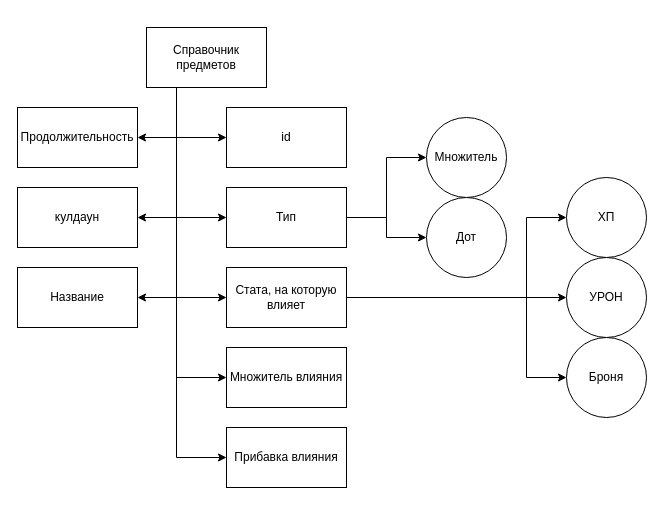
alstodont/unityArc keeps this draw.io diagram as Архитектура/Справочник предметов.drawio. Above is the earlier version. Source tidied: cells renumbered, new cells numbered last; positions are measured from the earlier drawing's top-left corner, leaving out a move shared by most shapes. Both pictures are drawn from the tidied source at 100%, with x=0, y=0 at pixel (17, 27).
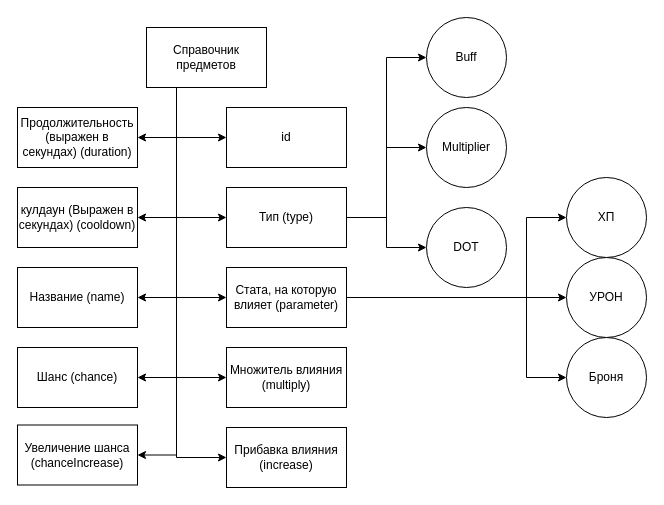
The same diagram, later.

The change refers to these unchanged cells:
```xml
<mxCell id="10" value="Справочник предметов" style="rounded=0;whiteSpace=wrap;html=1;" parent="1" vertex="1">
  <mxGeometry x="129" width="120" height="60" as="geometry" />
</mxCell>
<mxCell id="25" value="ХП" style="ellipse;whiteSpace=wrap;html=1;" parent="1" vertex="1">
  <mxGeometry x="549" y="150" width="80" height="80" as="geometry" />
</mxCell>
<mxCell id="26" value="УРОН" style="ellipse;whiteSpace=wrap;html=1;" parent="1" vertex="1">
  <mxGeometry x="549" y="230" width="80" height="80" as="geometry" />
</mxCell>
<mxCell id="27" value="Броня" style="ellipse;whiteSpace=wrap;html=1;" parent="1" vertex="1">
  <mxGeometry x="549" y="310" width="80" height="80" as="geometry" />
</mxCell>
```

What changed in the source:
```diff
@@
-    <mxCell id="3" style="edgeStyle=orthogonalEdgeStyle;rounded=0;jettySize=auto;html=1;exitX=0.25;exitY=1;exitDx=0;exitDy=0;entryX=0;entryY=0.5;entryDx=0;entryDy=0;" parent="1" edge="1" source="10" target="18">
-      <mxGeometry relative="1" as="geometry" />
-    </mxCell>
-    <mxCell id="4" style="edgeStyle=orthogonalEdgeStyle;rounded=0;jettySize=auto;html=1;exitX=0.25;exitY=1;exitDx=0;exitDy=0;entryX=0;entryY=0.5;entryDx=0;entryDy=0;" parent="1" edge="1" source="10" target="15">
-      <mxGeometry relative="1" as="geometry" />
-    </mxCell>
-    <mxCell id="5" style="edgeStyle=orthogonalEdgeStyle;rounded=0;jettySize=auto;html=1;exitX=0.25;exitY=1;exitDx=0;exitDy=0;entryX=0;entryY=0.5;entryDx=0;entryDy=0;" parent="1" edge="1" source="10" target="19">
-      <mxGeometry relative="1" as="geometry" />
-    </mxCell>
-    <mxCell id="6" style="edgeStyle=orthogonalEdgeStyle;rounded=0;jettySize=auto;html=1;exitX=0.25;exitY=1;exitDx=0;exitDy=0;entryX=0;entryY=0.5;entryDx=0;entryDy=0;" parent="1" edge="1" source="10" target="20">
-      <mxGeometry relative="1" as="geometry" />
-    </mxCell>
-    <mxCell id="7" style="edgeStyle=orthogonalEdgeStyle;rounded=0;jettySize=auto;html=1;exitX=0.25;exitY=1;exitDx=0;exitDy=0;entryX=1;entryY=0.5;entryDx=0;entryDy=0;" parent="1" edge="1" source="10" target="21">
-      <mxGeometry relative="1" as="geometry" />
-    </mxCell>
-    <mxCell id="8" style="edgeStyle=orthogonalEdgeStyle;rounded=0;jettySize=auto;html=1;exitX=0.25;exitY=1;exitDx=0;exitDy=0;entryX=1;entryY=0.5;entryDx=0;entryDy=0;" parent="1" edge="1" source="10" target="22">
-      <mxGeometry relative="1" as="geometry" />
-    </mxCell>
-    <mxCell id="9" style="edgeStyle=orthogonalEdgeStyle;rounded=0;jettySize=auto;html=1;exitX=0.25;exitY=1;exitDx=0;exitDy=0;entryX=1;entryY=0.5;entryDx=0;entryDy=0;" parent="1" edge="1" source="10" target="28">
-      <mxGeometry relative="1" as="geometry" />
-    </mxCell>
+    <mxCell id="29" style="edgeStyle=orthogonalEdgeStyle;rounded=0;jettySize=auto;html=1;exitX=0.25;exitY=1;exitDx=0;exitDy=0;entryX=0;entryY=0.5;entryDx=0;entryDy=0;" parent="1" edge="1" source="10" target="45">
+      <mxGeometry relative="1" as="geometry" />
+    </mxCell>
+    <mxCell id="30" style="edgeStyle=orthogonalEdgeStyle;rounded=0;jettySize=auto;html=1;exitX=0.25;exitY=1;exitDx=0;exitDy=0;entryX=0;entryY=0.5;entryDx=0;entryDy=0;" parent="1" edge="1" source="10" target="41">
+      <mxGeometry relative="1" as="geometry" />
+    </mxCell>
+    <mxCell id="31" style="edgeStyle=orthogonalEdgeStyle;rounded=0;jettySize=auto;html=1;exitX=0.25;exitY=1;exitDx=0;exitDy=0;entryX=0;entryY=0.5;entryDx=0;entryDy=0;" parent="1" edge="1" source="10" target="46">
+      <mxGeometry relative="1" as="geometry" />
+    </mxCell>
+    <mxCell id="32" style="edgeStyle=orthogonalEdgeStyle;rounded=0;jettySize=auto;html=1;exitX=0.25;exitY=1;exitDx=0;exitDy=0;entryX=0;entryY=0.5;entryDx=0;entryDy=0;" parent="1" edge="1" source="10" target="47">
+      <mxGeometry relative="1" as="geometry" />
+    </mxCell>
+    <mxCell id="33" style="edgeStyle=orthogonalEdgeStyle;rounded=0;jettySize=auto;html=1;exitX=0.25;exitY=1;exitDx=0;exitDy=0;entryX=1;entryY=0.5;entryDx=0;entryDy=0;" parent="1" edge="1" source="10" target="48">
+      <mxGeometry relative="1" as="geometry" />
+    </mxCell>
+    <mxCell id="34" style="edgeStyle=orthogonalEdgeStyle;rounded=0;jettySize=auto;html=1;exitX=0.25;exitY=1;exitDx=0;exitDy=0;entryX=1;entryY=0.5;entryDx=0;entryDy=0;" parent="1" edge="1" source="10" target="49">
+      <mxGeometry relative="1" as="geometry" />
+    </mxCell>
+    <mxCell id="35" style="edgeStyle=orthogonalEdgeStyle;rounded=0;jettySize=auto;html=1;exitX=0.25;exitY=1;exitDx=0;exitDy=0;entryX=1;entryY=0.5;entryDx=0;entryDy=0;" parent="1" edge="1" source="10" target="52">
+      <mxGeometry relative="1" as="geometry" />
+    </mxCell>
+    <mxCell id="36" style="edgeStyle=orthogonalEdgeStyle;rounded=0;jettySize=auto;html=1;exitX=0.25;exitY=1;exitDx=0;exitDy=0;entryX=1;entryY=0.5;entryDx=0;entryDy=0;" parent="1" edge="1" source="10" target="54">
+      <mxGeometry relative="1" as="geometry">
+        <Array as="points">
+          <mxPoint x="159" y="350" />
+          <mxPoint x="120" y="350" />
+        </Array>
+      </mxGeometry>
+    </mxCell>
+    <mxCell id="37" style="edgeStyle=orthogonalEdgeStyle;rounded=0;jettySize=auto;html=1;exitX=0.25;exitY=1;exitDx=0;exitDy=0;entryX=1;entryY=0.5;entryDx=0;entryDy=0;" parent="1" edge="1" source="10" target="55">
+      <mxGeometry relative="1" as="geometry" />
+    </mxCell>
@@
-    <mxCell id="12" style="edgeStyle=orthogonalEdgeStyle;rounded=0;jettySize=auto;html=1;exitX=1;exitY=0.5;exitDx=0;exitDy=0;entryX=0;entryY=0.5;entryDx=0;entryDy=0;" parent="1" edge="1" source="15" target="25">
-      <mxGeometry relative="1" as="geometry">
-        <Array as="points">
-          <mxPoint x="509" y="270" />
-          <mxPoint x="509" y="190" />
-        </Array>
-      </mxGeometry>
-    </mxCell>
-    <mxCell id="13" style="edgeStyle=orthogonalEdgeStyle;rounded=0;jettySize=auto;html=1;exitX=1;exitY=0.5;exitDx=0;exitDy=0;entryX=0;entryY=0.5;entryDx=0;entryDy=0;" parent="1" edge="1" source="15" target="26">
-      <mxGeometry relative="1" as="geometry" />
-    </mxCell>
-    <mxCell id="14" style="edgeStyle=orthogonalEdgeStyle;rounded=0;jettySize=auto;html=1;exitX=1;exitY=0.5;exitDx=0;exitDy=0;entryX=0;entryY=0.5;entryDx=0;entryDy=0;" parent="1" edge="1" source="15" target="27">
-      <mxGeometry relative="1" as="geometry">
-        <Array as="points">
-          <mxPoint x="509" y="270" />
-          <mxPoint x="509" y="350" />
-        </Array>
-      </mxGeometry>
-    </mxCell>
-    <mxCell id="15" value="Стата, на которую влияет" style="rounded=0;whiteSpace=wrap;html=1;" parent="1" vertex="1">
-      <mxGeometry x="209" y="240" width="120" height="60" as="geometry" />
-    </mxCell>
-    <mxCell id="16" style="edgeStyle=orthogonalEdgeStyle;rounded=0;jettySize=auto;html=1;exitX=1;exitY=0.5;exitDx=0;exitDy=0;entryX=0;entryY=0.5;entryDx=0;entryDy=0;" parent="1" edge="1" source="18" target="23">
-      <mxGeometry relative="1" as="geometry" />
-    </mxCell>
-    <mxCell id="17" style="edgeStyle=orthogonalEdgeStyle;rounded=0;jettySize=auto;html=1;exitX=1;exitY=0.5;exitDx=0;exitDy=0;" parent="1" edge="1" source="18" target="24">
-      <mxGeometry relative="1" as="geometry" />
-    </mxCell>
-    <mxCell id="18" value="Тип" style="rounded=0;whiteSpace=wrap;html=1;" parent="1" vertex="1">
-      <mxGeometry x="209" y="160" width="120" height="60" as="geometry" />
-    </mxCell>
-    <mxCell id="19" value="Множитель влияния" style="rounded=0;whiteSpace=wrap;html=1;" parent="1" vertex="1">
-      <mxGeometry x="209" y="320" width="120" height="60" as="geometry" />
-    </mxCell>
-    <mxCell id="20" value="Прибавка влияния" style="rounded=0;whiteSpace=wrap;html=1;" parent="1" vertex="1">
-      <mxGeometry x="209" y="400" width="120" height="60" as="geometry" />
-    </mxCell>
-    <mxCell id="21" value="Продолжительность" style="rounded=0;whiteSpace=wrap;html=1;" parent="1" vertex="1">
-      <mxGeometry y="80" width="120" height="60" as="geometry" />
-    </mxCell>
-    <mxCell id="22" value="кулдаун" style="rounded=0;whiteSpace=wrap;html=1;" parent="1" vertex="1">
-      <mxGeometry y="160" width="120" height="60" as="geometry" />
-    </mxCell>
-    <mxCell id="23" value="Множитель" style="ellipse;whiteSpace=wrap;html=1;" parent="1" vertex="1">
-      <mxGeometry x="409" y="90" width="80" height="80" as="geometry" />
-    </mxCell>
-    <mxCell id="24" value="Дот" style="ellipse;whiteSpace=wrap;html=1;" parent="1" vertex="1">
-      <mxGeometry x="409" y="170" width="80" height="80" as="geometry" />
-    </mxCell>
+    <mxCell id="38" style="edgeStyle=orthogonalEdgeStyle;rounded=0;jettySize=auto;html=1;exitX=1;exitY=0.5;exitDx=0;exitDy=0;entryX=0;entryY=0.5;entryDx=0;entryDy=0;" parent="1" edge="1" source="41" target="25">
+      <mxGeometry relative="1" as="geometry">
+        <Array as="points">
+          <mxPoint x="509" y="270" />
+          <mxPoint x="509" y="190" />
+        </Array>
+      </mxGeometry>
+    </mxCell>
+    <mxCell id="39" style="edgeStyle=orthogonalEdgeStyle;rounded=0;jettySize=auto;html=1;exitX=1;exitY=0.5;exitDx=0;exitDy=0;entryX=0;entryY=0.5;entryDx=0;entryDy=0;" parent="1" edge="1" source="41" target="26">
+      <mxGeometry relative="1" as="geometry" />
+    </mxCell>
+    <mxCell id="40" style="edgeStyle=orthogonalEdgeStyle;rounded=0;jettySize=auto;html=1;exitX=1;exitY=0.5;exitDx=0;exitDy=0;entryX=0;entryY=0.5;entryDx=0;entryDy=0;" parent="1" edge="1" source="41" target="27">
+      <mxGeometry relative="1" as="geometry">
+        <Array as="points">
+          <mxPoint x="509" y="270" />
+          <mxPoint x="509" y="350" />
+        </Array>
+      </mxGeometry>
+    </mxCell>
+    <mxCell id="41" value="Стата, на которую влияет (parameter)" style="rounded=0;whiteSpace=wrap;html=1;" parent="1" vertex="1">
+      <mxGeometry x="209" y="240" width="120" height="60" as="geometry" />
+    </mxCell>
+    <mxCell id="42" style="edgeStyle=orthogonalEdgeStyle;rounded=0;jettySize=auto;html=1;exitX=1;exitY=0.5;exitDx=0;exitDy=0;entryX=0;entryY=0.5;entryDx=0;entryDy=0;" parent="1" edge="1" source="45" target="50">
+      <mxGeometry relative="1" as="geometry" />
+    </mxCell>
+    <mxCell id="43" style="edgeStyle=orthogonalEdgeStyle;rounded=0;jettySize=auto;html=1;exitX=1;exitY=0.5;exitDx=0;exitDy=0;" parent="1" edge="1" source="45" target="51">
+      <mxGeometry relative="1" as="geometry" />
+    </mxCell>
+    <mxCell id="44" style="edgeStyle=orthogonalEdgeStyle;rounded=0;jettySize=auto;html=1;exitX=1;exitY=0.5;exitDx=0;exitDy=0;entryX=0;entryY=0.5;entryDx=0;entryDy=0;" parent="1" edge="1" source="45" target="53">
+      <mxGeometry relative="1" as="geometry" />
+    </mxCell>
+    <mxCell id="45" value="Тип (type)" style="rounded=0;whiteSpace=wrap;html=1;" parent="1" vertex="1">
+      <mxGeometry x="209" y="160" width="120" height="60" as="geometry" />
+    </mxCell>
+    <mxCell id="46" value="Множитель влияния (multiply)" style="rounded=0;whiteSpace=wrap;html=1;" parent="1" vertex="1">
+      <mxGeometry x="209" y="320" width="120" height="60" as="geometry" />
+    </mxCell>
+    <mxCell id="47" value="Прибавка влияния (increase)" style="rounded=0;whiteSpace=wrap;html=1;" parent="1" vertex="1">
+      <mxGeometry x="209" y="400" width="120" height="60" as="geometry" />
+    </mxCell>
+    <mxCell id="48" value="Продолжительность (выражен в секундах) (duration)" style="rounded=0;whiteSpace=wrap;html=1;" parent="1" vertex="1">
+      <mxGeometry y="80" width="120" height="60" as="geometry" />
+    </mxCell>
+    <mxCell id="49" value="кулдаун (Выражен в секундах) (cooldown)" style="rounded=0;whiteSpace=wrap;html=1;" parent="1" vertex="1">
+      <mxGeometry y="160" width="120" height="60" as="geometry" />
+    </mxCell>
+    <mxCell id="50" value="Multiplier" style="ellipse;whiteSpace=wrap;html=1;" parent="1" vertex="1">
+      <mxGeometry x="409" y="80" width="80" height="80" as="geometry" />
+    </mxCell>
+    <mxCell id="51" value="DOT" style="ellipse;whiteSpace=wrap;html=1;" parent="1" vertex="1">
+      <mxGeometry x="409" y="180" width="80" height="80" as="geometry" />
+    </mxCell>
@@
-    <mxCell id="28" value="Название" style="rounded=0;whiteSpace=wrap;html=1;" parent="1" vertex="1">
-      <mxGeometry y="240" width="120" height="60" as="geometry" />
-    </mxCell>
+    <mxCell id="52" value="Название (name)" style="rounded=0;whiteSpace=wrap;html=1;" parent="1" vertex="1">
+      <mxGeometry y="240" width="120" height="60" as="geometry" />
+    </mxCell>
+    <mxCell id="53" value="Buff" style="ellipse;whiteSpace=wrap;html=1;" parent="1" vertex="1">
+      <mxGeometry x="409" y="-10" width="80" height="80" as="geometry" />
+    </mxCell>
+    <mxCell id="54" value="Шанс (chance)" style="rounded=0;whiteSpace=wrap;html=1;" parent="1" vertex="1">
+      <mxGeometry y="320" width="120" height="60" as="geometry" />
+    </mxCell>
+    <mxCell id="55" value="Увеличение шанса (chanceIncrease)" style="rounded=0;whiteSpace=wrap;html=1;" parent="1" vertex="1">
+      <mxGeometry y="397.5" width="120" height="60" as="geometry" />
+    </mxCell>
```
